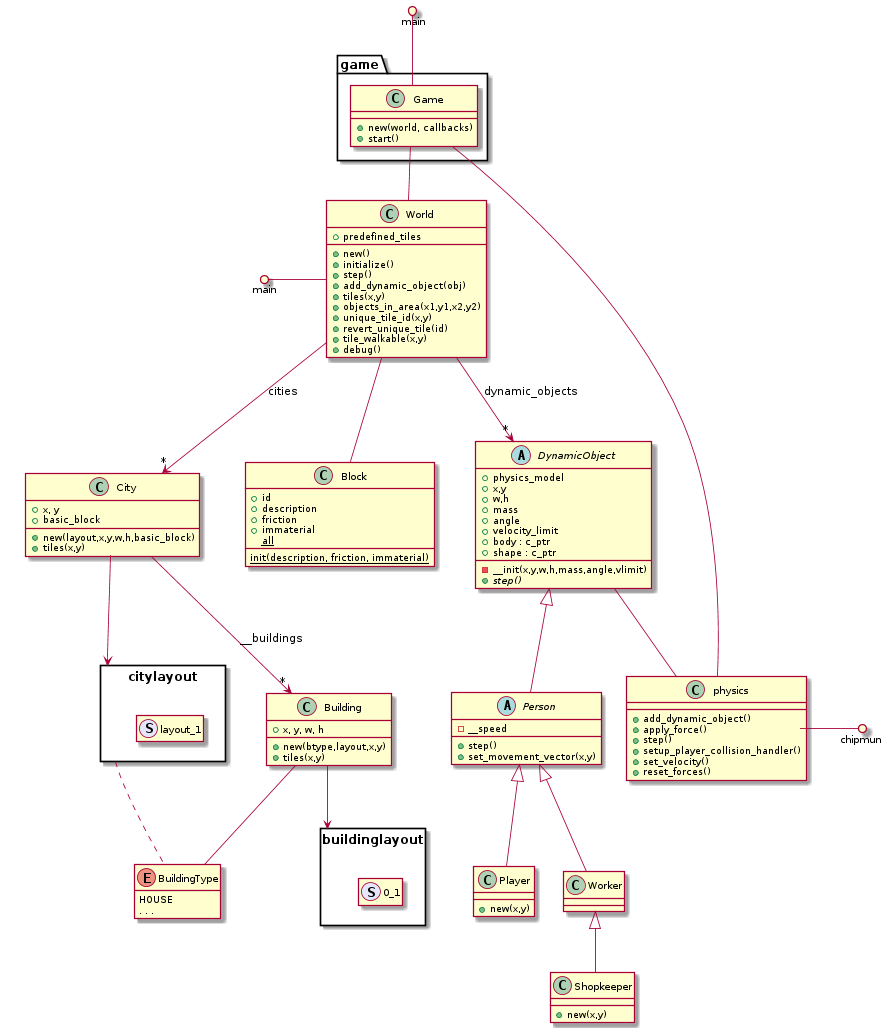
Earlier version of the PlantUML export doc/classes.png (andrenho/newhope).
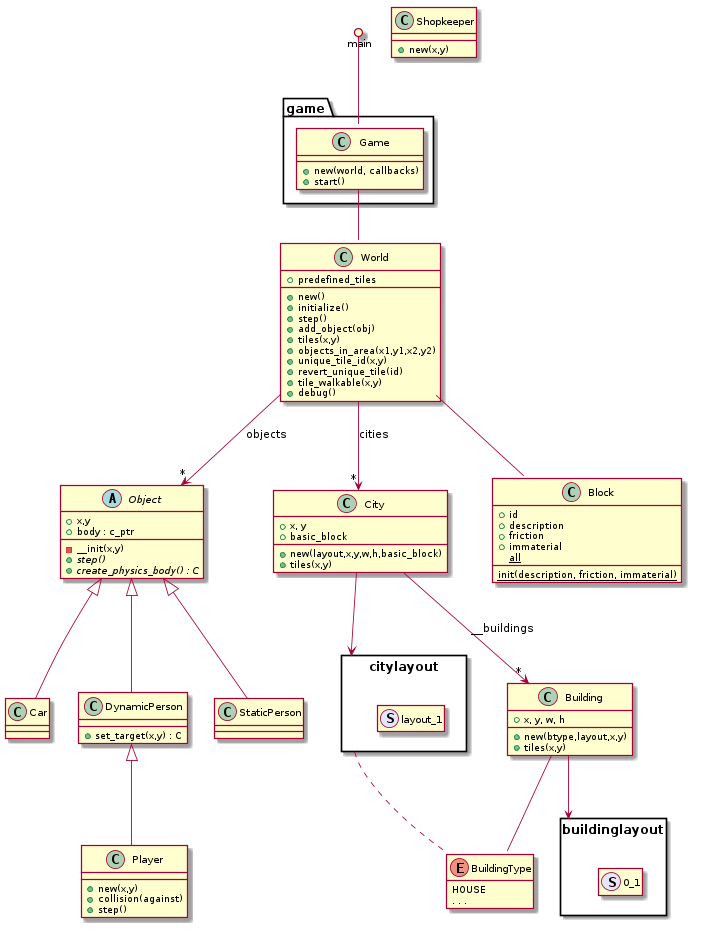
After the commit.

Change to the diagram source:
```diff
@@ -3,24 +3,19 @@
 scale 5/6
 
 
-DynamicObject <|-- Person
-Person <|-- Worker
-Worker <|-- Shopkeeper
-Person <|-- Player
+Object <|-- DynamicPerson
+Object <|-- StaticPerson
+Object <|-- Car
+DynamicPerson <|-- Player
 
 package game {
   class Game
 }
 
 main ()- Game
-main ()- World
 Game -- World
-Game -- physics
-DynamicObject -- physics
 World --> "*" City : cities
-World --> "*" DynamicObject: dynamic_objects
-
-physics -() chipmunk
+World --> "*" Object: objects
 
 City   -->  "*" Building : __buildings
 Building -- enum BuildingType
@@ -38,16 +33,6 @@
 
 World -- enum Block
 
-class physics {
-  +add_dynamic_object()
-  +apply_force()
-  +step()
-  +setup_player_collision_handler()
-  +set_velocity()
-  +reset_forces()
-}
-
-
 class Game {
   +new(world, callbacks)
   +start()
@@ -57,7 +42,7 @@
   +new()
   +initialize()
   +step()
-  +add_dynamic_object(obj)
+  +add_object(obj)
   +tiles(x,y)
   +objects_in_area(x1,y1,x2,y2)
   +unique_tile_id(x,y)
@@ -67,27 +52,25 @@
   +predefined_tiles
 }
 
-abstract class DynamicObject {
-  -__init(x,y,w,h,mass,angle,vlimit)
+abstract class Object {
+  +x,y
+  -__init(x,y)
+  +body : c_ptr
   +{abstract} step()
-  +physics_model
-  +x,y
-  +w,h
-  +mass
-  +angle
-  +velocity_limit
-  +body : c_ptr
-  +shape : c_ptr
+  +{abstract} create_physics_body() : C
 }
 
-abstract class Person {
-  +step()
-  +set_movement_vector(x,y)
-  -__speed
+class DynamicPerson {
+  +set_target(x,y) : C
+}
+
+class StaticPerson {
 }
 
 class Player {
   +new(x,y)
+  +collision(against)
+  +step()
 }
 
 class Shopkeeper {
```
